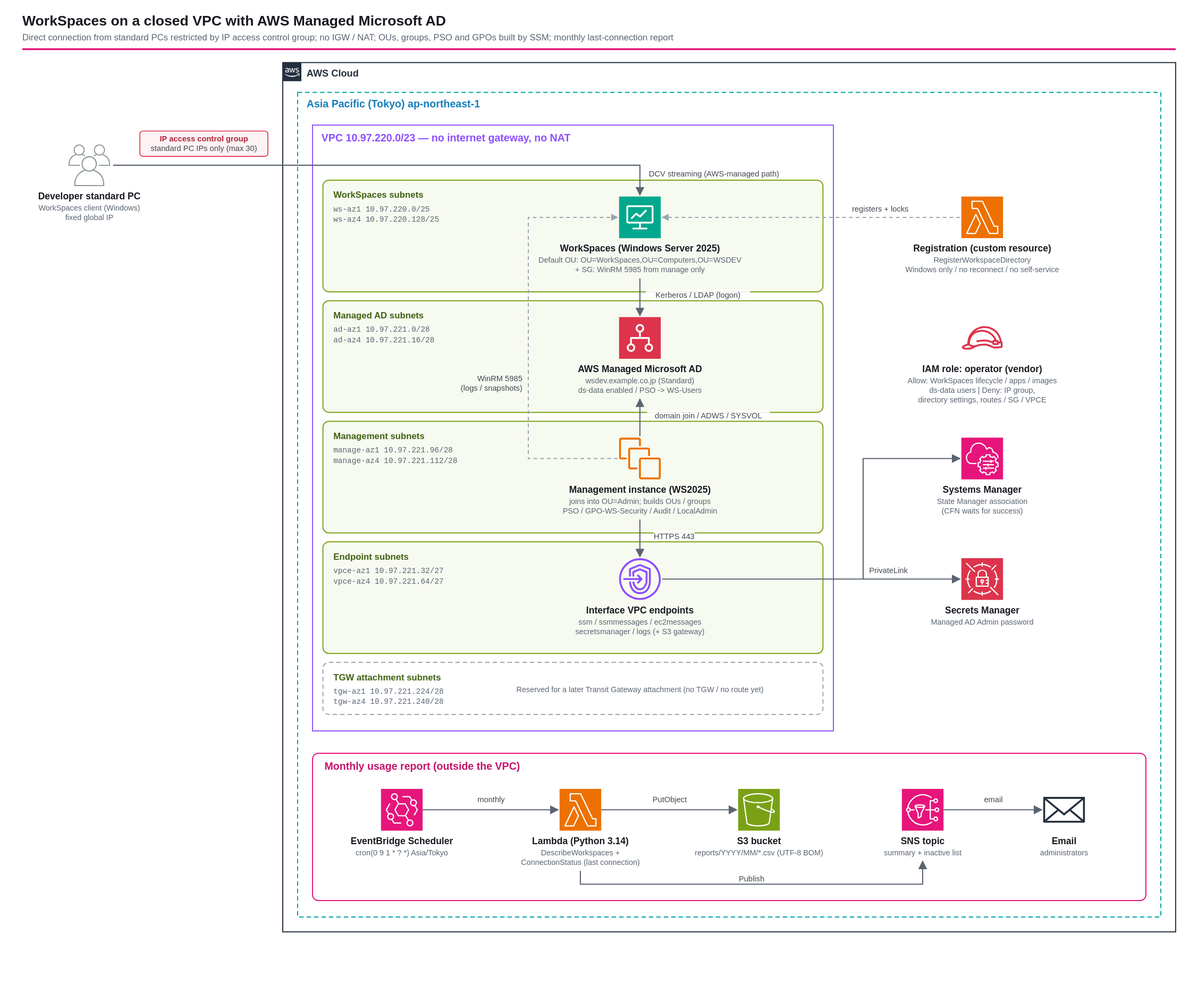
Earlier version of the draw.io export infrastructure/workspaces/workspaces-managed-ad-closed-vpc/overview.drawio.svg (ishiharatma/aws-cdk-reference-architectures). Source tidied: cells renumbered, new cells last; positions are measured from the earlier drawing's top-left corner, leaving out a move shared by most shapes.
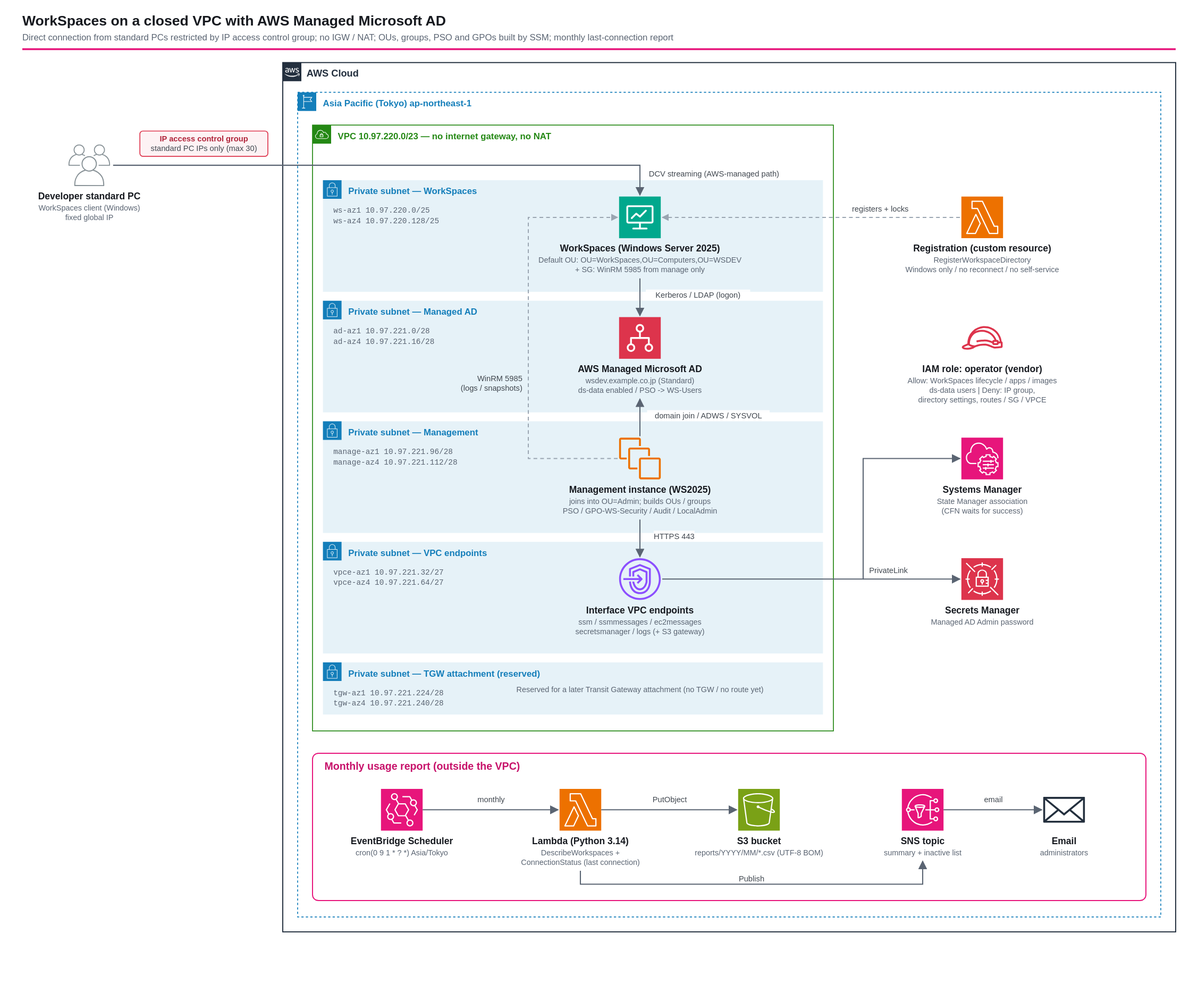
Above is the later version.

Commit message:
fix(workspaces-managed-ad-closed-vpc): 構成図のリージョン・VPC・サブネットを公式の AWS グループ枠にする

aws-icon-diagram スキルの「VPC・サブネット・リージョンは公式グループで描く」ルールに合わせ、
自作の枠を group_region / group_vpc / group_security_group（Private subnet）に置き換える。

Change to the diagram source:
```diff
@@ -14,25 +14,25 @@
     <mxCell id="5" value="AWS Cloud" style="gradientColor=none;html=1;whiteSpace=wrap;fontSize=12;fontStyle=0;shape=mxgraph.aws4.group;grIcon=mxgraph.aws4.group_aws_cloud_alt;strokeColor=#232F3E;fillColor=none;verticalAlign=top;align=left;spacingLeft=30;fontColor=#232F3E;dashed=0;" parent="1" vertex="1">
       <mxGeometry x="350" y="70" width="1200" height="1168" as="geometry" />
     </mxCell>
-    <mxCell id="6" value="Asia Pacific (Tokyo) ap-northeast-1" style="gradientColor=none;html=1;whiteSpace=wrap;fontSize=12;fontStyle=0;shape=mxgraph.aws4.group;grIcon=mxgraph.aws4.group_region;strokeColor=#00A4A6;fillColor=none;verticalAlign=top;align=left;spacingLeft=30;fontColor=#147EBA;dashed=1;" parent="1" vertex="1">
+    <mxCell id="6" value="Asia Pacific (Tokyo) ap-northeast-1" style="gradientColor=none;html=1;whiteSpace=wrap;fontSize=12;fontStyle=0;shape=mxgraph.aws4.group;grIcon=mxgraph.aws4.group_region;strokeColor=#147EBA;fillColor=none;verticalAlign=top;align=left;spacingLeft=30;fontColor=#147EBA;dashed=1;" parent="1" vertex="1">
       <mxGeometry x="370" y="110" width="1160" height="1108" as="geometry" />
     </mxCell>
-    <mxCell id="7" value="VPC 10.97.220.0/23 — no internet gateway, no NAT" style="gradientColor=none;html=1;whiteSpace=wrap;fontSize=12;fontStyle=0;shape=mxgraph.aws4.group;grIcon=mxgraph.aws4.group_vpc2;strokeColor=#8C4FFF;fillColor=none;verticalAlign=top;align=left;spacingLeft=30;fontColor=#AAB7B8;dashed=0;" parent="1" vertex="1">
+    <mxCell id="7" value="VPC 10.97.220.0/23 — no internet gateway, no NAT" style="gradientColor=none;html=1;whiteSpace=wrap;fontSize=12;fontStyle=0;shape=mxgraph.aws4.group;grIcon=mxgraph.aws4.group_vpc;strokeColor=#248814;fillColor=none;verticalAlign=top;align=left;spacingLeft=30;fontColor=#248814;dashed=0;" parent="1" vertex="1">
       <mxGeometry x="390" y="154" width="700" height="814" as="geometry" />
     </mxCell>
-    <mxCell id="8" value="WorkSpaces subnets&lt;br&gt;ws-az1  10.97.220.0/25&lt;br&gt;ws-az4  10.97.220.128/25" style="gradientColor=none;html=1;whiteSpace=wrap;fontSize=12;fontStyle=0;shape=mxgraph.aws4.group;grIcon=mxgraph.aws4.group_security_group;grStroke=0;strokeColor=#7AA116;fillColor=#F2F6E8;verticalAlign=top;align=left;spacingLeft=30;fontColor=#248814;dashed=0;" parent="1" vertex="1">
+    <mxCell id="8" value="Private subnet — WorkSpaces&lt;br&gt;ws-az1  10.97.220.0/25&lt;br&gt;ws-az4  10.97.220.128/25" style="gradientColor=none;html=1;whiteSpace=wrap;fontSize=12;fontStyle=0;shape=mxgraph.aws4.group;grIcon=mxgraph.aws4.group_security_group;grStroke=0;strokeColor=#147EBA;fillColor=#E6F2F8;verticalAlign=top;align=left;spacingLeft=30;fontColor=#147EBA;dashed=0;" parent="1" vertex="1">
       <mxGeometry x="404" y="228" width="672" height="150" as="geometry" />
     </mxCell>
-    <mxCell id="9" value="Managed AD subnets&lt;br&gt;ad-az1  10.97.221.0/28&lt;br&gt;ad-az4  10.97.221.16/28" style="gradientColor=none;html=1;whiteSpace=wrap;fontSize=12;fontStyle=0;shape=mxgraph.aws4.group;grIcon=mxgraph.aws4.group_security_group;grStroke=0;strokeColor=#7AA116;fillColor=#F2F6E8;verticalAlign=top;align=left;spacingLeft=30;fontColor=#248814;dashed=0;" parent="1" vertex="1">
+    <mxCell id="9" value="Private subnet — Managed AD&lt;br&gt;ad-az1  10.97.221.0/28&lt;br&gt;ad-az4  10.97.221.16/28" style="gradientColor=none;html=1;whiteSpace=wrap;fontSize=12;fontStyle=0;shape=mxgraph.aws4.group;grIcon=mxgraph.aws4.group_security_group;grStroke=0;strokeColor=#147EBA;fillColor=#E6F2F8;verticalAlign=top;align=left;spacingLeft=30;fontColor=#147EBA;dashed=0;" parent="1" vertex="1">
       <mxGeometry x="404" y="390" width="672" height="150" as="geometry" />
     </mxCell>
-    <mxCell id="10" value="Management subnets&lt;br&gt;manage-az1  10.97.221.96/28&lt;br&gt;manage-az4  10.97.221.112/28" style="gradientColor=none;html=1;whiteSpace=wrap;fontSize=12;fontStyle=0;shape=mxgraph.aws4.group;grIcon=mxgraph.aws4.group_security_group;grStroke=0;strokeColor=#7AA116;fillColor=#F2F6E8;verticalAlign=top;align=left;spacingLeft=30;fontColor=#248814;dashed=0;" parent="1" vertex="1">
+    <mxCell id="10" value="Private subnet — Management&lt;br&gt;manage-az1  10.97.221.96/28&lt;br&gt;manage-az4  10.97.221.112/28" style="gradientColor=none;html=1;whiteSpace=wrap;fontSize=12;fontStyle=0;shape=mxgraph.aws4.group;grIcon=mxgraph.aws4.group_security_group;grStroke=0;strokeColor=#147EBA;fillColor=#E6F2F8;verticalAlign=top;align=left;spacingLeft=30;fontColor=#147EBA;dashed=0;" parent="1" vertex="1">
       <mxGeometry x="404" y="552" width="672" height="150" as="geometry" />
     </mxCell>
-    <mxCell id="11" value="Endpoint subnets&lt;br&gt;vpce-az1  10.97.221.32/27&lt;br&gt;vpce-az4  10.97.221.64/27" style="gradientColor=none;html=1;whiteSpace=wrap;fontSize=12;fontStyle=0;shape=mxgraph.aws4.group;grIcon=mxgraph.aws4.group_security_group;grStroke=0;strokeColor=#7AA116;fillColor=#F2F6E8;verticalAlign=top;align=left;spacingLeft=30;fontColor=#248814;dashed=0;" parent="1" vertex="1">
+    <mxCell id="11" value="Private subnet — VPC endpoints&lt;br&gt;vpce-az1  10.97.221.32/27&lt;br&gt;vpce-az4  10.97.221.64/27" style="gradientColor=none;html=1;whiteSpace=wrap;fontSize=12;fontStyle=0;shape=mxgraph.aws4.group;grIcon=mxgraph.aws4.group_security_group;grStroke=0;strokeColor=#147EBA;fillColor=#E6F2F8;verticalAlign=top;align=left;spacingLeft=30;fontColor=#147EBA;dashed=0;" parent="1" vertex="1">
       <mxGeometry x="404" y="714" width="672" height="150" as="geometry" />
     </mxCell>
-    <mxCell id="12" value="TGW attachment subnets&lt;br&gt;tgw-az1  10.97.221.224/28&lt;br&gt;tgw-az4  10.97.221.240/28" style="gradientColor=none;html=1;whiteSpace=wrap;fontSize=12;fontStyle=0;shape=mxgraph.aws4.group;grIcon=mxgraph.aws4.group_security_group;grStroke=0;strokeColor=#7AA116;fillColor=#F2F6E8;verticalAlign=top;align=left;spacingLeft=30;fontColor=#248814;dashed=1;" parent="1" vertex="1">
+    <mxCell id="12" value="Private subnet — TGW attachment (reserved)&lt;br&gt;tgw-az1  10.97.221.224/28&lt;br&gt;tgw-az4  10.97.221.240/28" style="gradientColor=none;html=1;whiteSpace=wrap;fontSize=12;fontStyle=0;shape=mxgraph.aws4.group;grIcon=mxgraph.aws4.group_security_group;grStroke=0;strokeColor=#147EBA;fillColor=#E6F2F8;verticalAlign=top;align=left;spacingLeft=30;fontColor=#147EBA;dashed=0;" parent="1" vertex="1">
       <mxGeometry x="404" y="876" width="672" height="70" as="geometry" />
     </mxCell>
     <mxCell id="13" value="Monthly usage report (outside the VPC)" style="rounded=1;whiteSpace=wrap;html=1;fillColor=none;strokeColor=#E7157B;verticalAlign=top;align=left;spacingLeft=10;spacingTop=6;fontSize=13;fontStyle=1;fontColor=#E7157B;dashed=0;" parent="1" vertex="1">
```
